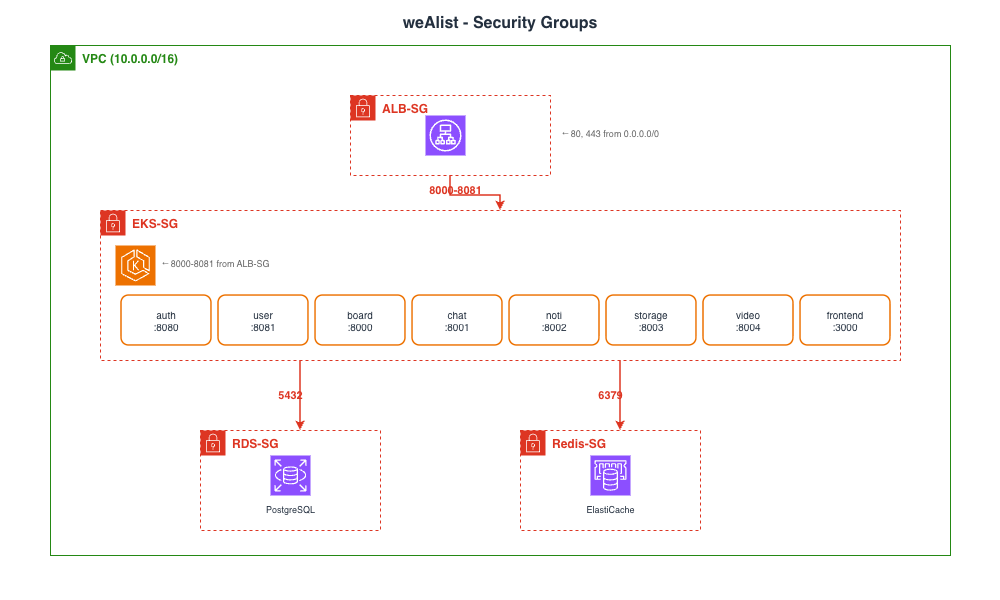
This is docs/images/wealist_vpc_security_aws-Security Groups.png from OrangesCloud/wealist-project-advanced-k8s, a draw.io export, as it was before one commit. Source tidied: cells renumbered, new cells last; positions are measured from the earlier drawing's top-left corner, leaving out a move shared by most shapes. The source it was exported from:
```xml
<mxGraphModel background="#FFFFFF">
  <root>
    <mxCell id="0" />
    <mxCell id="1" parent="0" />
    <mxCell id="2" style="rounded=0;whiteSpace=wrap;html=1;fillColor=default;strokeColor=none;" parent="1" vertex="1">
      <mxGeometry width="1000" height="600" as="geometry" />
    </mxCell>
    <mxCell id="3" value="weAlist - Security Groups" style="text;html=1;strokeColor=none;fillColor=none;align=center;verticalAlign=middle;whiteSpace=wrap;fontSize=16;fontStyle=1;fontColor=#232F3E;" parent="1" vertex="1">
      <mxGeometry x="350" y="8" width="300" height="30" as="geometry" />
    </mxCell>
    <mxCell id="4" value="VPC (10.0.0.0/16)" style="shape=mxgraph.aws4.group;grIcon=mxgraph.aws4.group_vpc;strokeColor=#248814;fillColor=none;verticalAlign=top;align=left;spacingLeft=30;fontStyle=1;fontColor=#248814;dashed=0;" parent="1" vertex="1">
      <mxGeometry x="50" y="45" width="900" height="510" as="geometry" />
    </mxCell>
    <mxCell id="5" value="ALB-SG" style="shape=mxgraph.aws4.group;grIcon=mxgraph.aws4.group_security_group;strokeColor=#DD3522;fillColor=none;verticalAlign=top;align=left;spacingLeft=30;fontStyle=1;fontColor=#DD3522;dashed=1;" parent="1" vertex="1">
      <mxGeometry x="350" y="95" width="200" height="80" as="geometry" />
    </mxCell>
    <mxCell id="6" style="shape=mxgraph.aws4.resourceIcon;resIcon=mxgraph.aws4.application_load_balancer;html=1;strokeColor=#FFFFFF;fillColor=#8C4FFF;" parent="1" vertex="1">
      <mxGeometry x="425" y="115" width="40" height="40" as="geometry" />
    </mxCell>
    <mxCell id="7" value="← 80, 443 from 0.0.0.0/0" style="text;html=1;strokeColor=none;fillColor=none;align=left;verticalAlign=middle;fontSize=9;fontColor=#666666;" parent="1" vertex="1">
      <mxGeometry x="560" y="125" width="140" height="18" as="geometry" />
    </mxCell>
    <mxCell id="8" value="EKS-SG" style="shape=mxgraph.aws4.group;grIcon=mxgraph.aws4.group_security_group;strokeColor=#DD3522;fillColor=none;verticalAlign=top;align=left;spacingLeft=30;fontStyle=1;fontColor=#DD3522;dashed=1;" parent="1" vertex="1">
      <mxGeometry x="100" y="210" width="800" height="150" as="geometry" />
    </mxCell>
    <mxCell id="9" style="shape=mxgraph.aws4.resourceIcon;resIcon=mxgraph.aws4.eks;html=1;fillColor=#ED7100;strokeColor=#FFFFFF;fontColor=#232F3E;sketch=0;" parent="1" vertex="1">
      <mxGeometry x="115" y="245" width="40" height="40" as="geometry" />
    </mxCell>
    <mxCell id="10" value="← 8000-8081 from ALB-SG" style="text;html=1;strokeColor=none;fillColor=none;align=left;verticalAlign=middle;fontSize=9;fontColor=#666666;" parent="1" vertex="1">
      <mxGeometry x="160" y="255" width="140" height="18" as="geometry" />
    </mxCell>
    <mxCell id="11" value="auth&#10;:8080" style="rounded=1;whiteSpace=wrap;html=1;fillColor=#FFFFFF;strokeColor=#ED7100;strokeWidth=1.5;fontSize=10;fontColor=#232F3E;" parent="1" vertex="1">
      <mxGeometry x="121" y="295" width="90" height="50" as="geometry" />
    </mxCell>
    <mxCell id="12" value="user&#10;:8081" style="rounded=1;whiteSpace=wrap;html=1;fillColor=#FFFFFF;strokeColor=#ED7100;strokeWidth=1.5;fontSize=10;fontColor=#232F3E;" parent="1" vertex="1">
      <mxGeometry x="218" y="295" width="90" height="50" as="geometry" />
    </mxCell>
    <mxCell id="13" value="board&#10;:8000" style="rounded=1;whiteSpace=wrap;html=1;fillColor=#FFFFFF;strokeColor=#ED7100;strokeWidth=1.5;fontSize=10;fontColor=#232F3E;" parent="1" vertex="1">
      <mxGeometry x="315" y="295" width="90" height="50" as="geometry" />
    </mxCell>
    <mxCell id="14" value="chat&#10;:8001" style="rounded=1;whiteSpace=wrap;html=1;fillColor=#FFFFFF;strokeColor=#ED7100;strokeWidth=1.5;fontSize=10;fontColor=#232F3E;" parent="1" vertex="1">
      <mxGeometry x="412" y="295" width="90" height="50" as="geometry" />
    </mxCell>
    <mxCell id="15" value="noti&#10;:8002" style="rounded=1;whiteSpace=wrap;html=1;fillColor=#FFFFFF;strokeColor=#ED7100;strokeWidth=1.5;fontSize=10;fontColor=#232F3E;" parent="1" vertex="1">
      <mxGeometry x="509" y="295" width="90" height="50" as="geometry" />
    </mxCell>
    <mxCell id="16" value="storage&#10;:8003" style="rounded=1;whiteSpace=wrap;html=1;fillColor=#FFFFFF;strokeColor=#ED7100;strokeWidth=1.5;fontSize=10;fontColor=#232F3E;" parent="1" vertex="1">
      <mxGeometry x="606" y="295" width="90" height="50" as="geometry" />
    </mxCell>
    <mxCell id="17" value="video&#10;:8004" style="rounded=1;whiteSpace=wrap;html=1;fillColor=#FFFFFF;strokeColor=#ED7100;strokeWidth=1.5;fontSize=10;fontColor=#232F3E;" parent="1" vertex="1">
      <mxGeometry x="703" y="295" width="90" height="50" as="geometry" />
    </mxCell>
    <mxCell id="18" value="frontend&#10;:3000" style="rounded=1;whiteSpace=wrap;html=1;fillColor=#FFFFFF;strokeColor=#ED7100;strokeWidth=1.5;fontSize=10;fontColor=#232F3E;" parent="1" vertex="1">
      <mxGeometry x="800" y="295" width="90" height="50" as="geometry" />
    </mxCell>
    <mxCell id="19" value="RDS-SG" style="shape=mxgraph.aws4.group;grIcon=mxgraph.aws4.group_security_group;strokeColor=#DD3522;fillColor=none;verticalAlign=top;align=left;spacingLeft=30;fontStyle=1;fontColor=#DD3522;dashed=1;" parent="1" vertex="1">
      <mxGeometry x="200" y="430" width="180" height="100" as="geometry" />
    </mxCell>
    <mxCell id="20" style="shape=mxgraph.aws4.resourceIcon;resIcon=mxgraph.aws4.rds;html=1;strokeColor=#FFFFFF;fillColor=#8C4FFF;" parent="1" vertex="1">
      <mxGeometry x="270" y="455" width="40" height="40" as="geometry" />
    </mxCell>
    <mxCell id="21" value="PostgreSQL" style="text;html=1;strokeColor=none;fillColor=none;align=center;verticalAlign=top;fontSize=9;fontColor=#232F3E;" parent="1" vertex="1">
      <mxGeometry x="255" y="498" width="70" height="14" as="geometry" />
    </mxCell>
    <mxCell id="22" value="Redis-SG" style="shape=mxgraph.aws4.group;grIcon=mxgraph.aws4.group_security_group;strokeColor=#DD3522;fillColor=none;verticalAlign=top;align=left;spacingLeft=30;fontStyle=1;fontColor=#DD3522;dashed=1;" parent="1" vertex="1">
      <mxGeometry x="520" y="430" width="180" height="100" as="geometry" />
    </mxCell>
    <mxCell id="23" style="shape=mxgraph.aws4.resourceIcon;resIcon=mxgraph.aws4.elasticache;html=1;strokeColor=#FFFFFF;fillColor=#8C4FFF;" parent="1" vertex="1">
      <mxGeometry x="590" y="455" width="40" height="40" as="geometry" />
    </mxCell>
    <mxCell id="24" value="ElastiCache" style="text;html=1;strokeColor=none;fillColor=none;align=center;verticalAlign=top;fontSize=9;fontColor=#232F3E;" parent="1" vertex="1">
      <mxGeometry x="575" y="498" width="70" height="14" as="geometry" />
    </mxCell>
    <mxCell id="25" value="8000-8081" style="text;html=1;strokeColor=none;fillColor=none;align=center;verticalAlign=middle;fontSize=11;fontStyle=1;fontColor=#DD3522;" parent="1" vertex="1">
      <mxGeometry x="420" y="180" width="70" height="20" as="geometry" />
    </mxCell>
    <mxCell id="26" value="5432" style="text;html=1;strokeColor=none;fillColor=none;align=center;verticalAlign=middle;fontSize=11;fontStyle=1;fontColor=#DD3522;" parent="1" vertex="1">
      <mxGeometry x="270" y="385" width="40" height="20" as="geometry" />
    </mxCell>
    <mxCell id="27" value="6379" style="text;html=1;strokeColor=none;fillColor=none;align=center;verticalAlign=middle;fontSize=11;fontStyle=1;fontColor=#DD3522;" parent="1" vertex="1">
      <mxGeometry x="590" y="385" width="40" height="20" as="geometry" />
    </mxCell>
    <mxCell id="28" style="edgeStyle=orthogonalEdgeStyle;rounded=0;jettySize=auto;html=1;strokeWidth=1.5;strokeColor=#DD3522;endArrow=classic;endSize=5;" parent="1" edge="1" source="5" target="8">
      <mxGeometry relative="1" as="geometry" />
    </mxCell>
    <mxCell id="29" style="edgeStyle=orthogonalEdgeStyle;rounded=0;jettySize=auto;html=1;strokeWidth=1.5;strokeColor=#DD3522;endArrow=classic;endSize=5;" parent="1" edge="1" source="8" target="19">
      <mxGeometry relative="1" as="geometry">
        <Array as="points">
          <mxPoint x="300" y="370" />
          <mxPoint x="300" y="370" />
        </Array>
      </mxGeometry>
    </mxCell>
    <mxCell id="30" style="edgeStyle=orthogonalEdgeStyle;rounded=0;jettySize=auto;html=1;strokeWidth=1.5;strokeColor=#DD3522;endArrow=classic;endSize=5;" parent="1" edge="1" source="8" target="22">
      <mxGeometry relative="1" as="geometry">
        <Array as="points">
          <mxPoint x="620" y="370" />
          <mxPoint x="620" y="370" />
        </Array>
      </mxGeometry>
    </mxCell>
  </root>
</mxGraphModel>
```
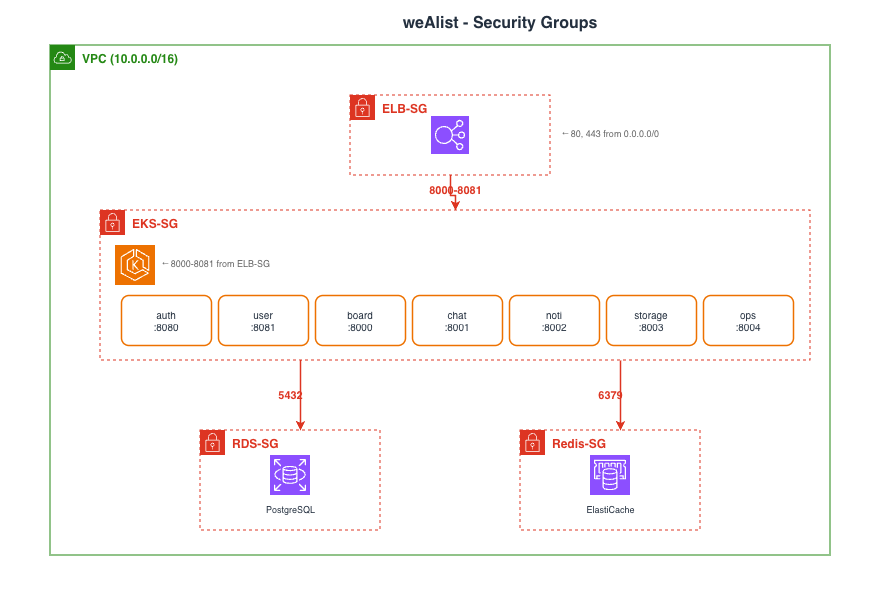
Above is the later version.

Change to the diagram source:
```diff
@@ -3,30 +3,27 @@
     <mxCell id="0" />
     <mxCell id="1" parent="0" />
     <mxCell id="2" style="rounded=0;whiteSpace=wrap;html=1;fillColor=default;strokeColor=none;" parent="1" vertex="1">
-      <mxGeometry width="1000" height="600" as="geometry" />
+      <mxGeometry width="890" height="600" as="geometry" />
     </mxCell>
     <mxCell id="3" value="weAlist - Security Groups" style="text;html=1;strokeColor=none;fillColor=none;align=center;verticalAlign=middle;whiteSpace=wrap;fontSize=16;fontStyle=1;fontColor=#232F3E;" parent="1" vertex="1">
       <mxGeometry x="350" y="8" width="300" height="30" as="geometry" />
     </mxCell>
     <mxCell id="4" value="VPC (10.0.0.0/16)" style="shape=mxgraph.aws4.group;grIcon=mxgraph.aws4.group_vpc;strokeColor=#248814;fillColor=none;verticalAlign=top;align=left;spacingLeft=30;fontStyle=1;fontColor=#248814;dashed=0;" parent="1" vertex="1">
-      <mxGeometry x="50" y="45" width="900" height="510" as="geometry" />
+      <mxGeometry x="50" y="45" width="780" height="510" as="geometry" />
     </mxCell>
-    <mxCell id="5" value="ALB-SG" style="shape=mxgraph.aws4.group;grIcon=mxgraph.aws4.group_security_group;strokeColor=#DD3522;fillColor=none;verticalAlign=top;align=left;spacingLeft=30;fontStyle=1;fontColor=#DD3522;dashed=1;" parent="1" vertex="1">
+    <mxCell id="5" value="ELB-SG" style="shape=mxgraph.aws4.group;grIcon=mxgraph.aws4.group_security_group;strokeColor=#DD3522;fillColor=none;verticalAlign=top;align=left;spacingLeft=30;fontStyle=1;fontColor=#DD3522;dashed=1;" parent="1" vertex="1">
       <mxGeometry x="350" y="95" width="200" height="80" as="geometry" />
     </mxCell>
-    <mxCell id="6" style="shape=mxgraph.aws4.resourceIcon;resIcon=mxgraph.aws4.application_load_balancer;html=1;strokeColor=#FFFFFF;fillColor=#8C4FFF;" parent="1" vertex="1">
-      <mxGeometry x="425" y="115" width="40" height="40" as="geometry" />
-    </mxCell>
     <mxCell id="7" value="← 80, 443 from 0.0.0.0/0" style="text;html=1;strokeColor=none;fillColor=none;align=left;verticalAlign=middle;fontSize=9;fontColor=#666666;" parent="1" vertex="1">
       <mxGeometry x="560" y="125" width="140" height="18" as="geometry" />
     </mxCell>
     <mxCell id="8" value="EKS-SG" style="shape=mxgraph.aws4.group;grIcon=mxgraph.aws4.group_security_group;strokeColor=#DD3522;fillColor=none;verticalAlign=top;align=left;spacingLeft=30;fontStyle=1;fontColor=#DD3522;dashed=1;" parent="1" vertex="1">
-      <mxGeometry x="100" y="210" width="800" height="150" as="geometry" />
+      <mxGeometry x="100" y="210" width="710" height="150" as="geometry" />
     </mxCell>
     <mxCell id="9" style="shape=mxgraph.aws4.resourceIcon;resIcon=mxgraph.aws4.eks;html=1;fillColor=#ED7100;strokeColor=#FFFFFF;fontColor=#232F3E;sketch=0;" parent="1" vertex="1">
       <mxGeometry x="115" y="245" width="40" height="40" as="geometry" />
     </mxCell>
-    <mxCell id="10" value="← 8000-8081 from ALB-SG" style="text;html=1;strokeColor=none;fillColor=none;align=left;verticalAlign=middle;fontSize=9;fontColor=#666666;" parent="1" vertex="1">
+    <mxCell id="10" value="← 8000-8081 from ELB-SG" style="text;html=1;strokeColor=none;fillColor=none;align=left;verticalAlign=middle;fontSize=9;fontColor=#666666;" parent="1" vertex="1">
       <mxGeometry x="160" y="255" width="140" height="18" as="geometry" />
     </mxCell>
     <mxCell id="11" value="auth&#10;:8080" style="rounded=1;whiteSpace=wrap;html=1;fillColor=#FFFFFF;strokeColor=#ED7100;strokeWidth=1.5;fontSize=10;fontColor=#232F3E;" parent="1" vertex="1">
@@ -47,12 +44,9 @@
     <mxCell id="16" value="storage&#10;:8003" style="rounded=1;whiteSpace=wrap;html=1;fillColor=#FFFFFF;strokeColor=#ED7100;strokeWidth=1.5;fontSize=10;fontColor=#232F3E;" parent="1" vertex="1">
       <mxGeometry x="606" y="295" width="90" height="50" as="geometry" />
     </mxCell>
-    <mxCell id="17" value="video&#10;:8004" style="rounded=1;whiteSpace=wrap;html=1;fillColor=#FFFFFF;strokeColor=#ED7100;strokeWidth=1.5;fontSize=10;fontColor=#232F3E;" parent="1" vertex="1">
+    <mxCell id="17" value="ops&lt;br&gt;:8004" style="rounded=1;whiteSpace=wrap;html=1;fillColor=#FFFFFF;strokeColor=#ED7100;strokeWidth=1.5;fontSize=10;fontColor=#232F3E;" parent="1" vertex="1">
       <mxGeometry x="703" y="295" width="90" height="50" as="geometry" />
     </mxCell>
-    <mxCell id="18" value="frontend&#10;:3000" style="rounded=1;whiteSpace=wrap;html=1;fillColor=#FFFFFF;strokeColor=#ED7100;strokeWidth=1.5;fontSize=10;fontColor=#232F3E;" parent="1" vertex="1">
-      <mxGeometry x="800" y="295" width="90" height="50" as="geometry" />
-    </mxCell>
     <mxCell id="19" value="RDS-SG" style="shape=mxgraph.aws4.group;grIcon=mxgraph.aws4.group_security_group;strokeColor=#DD3522;fillColor=none;verticalAlign=top;align=left;spacingLeft=30;fontStyle=1;fontColor=#DD3522;dashed=1;" parent="1" vertex="1">
       <mxGeometry x="200" y="430" width="180" height="100" as="geometry" />
     </mxCell>
@@ -99,5 +93,8 @@
         </Array>
       </mxGeometry>
     </mxCell>
+    <mxCell id="31" style="sketch=0;fontColor=#232F3E;fillColor=#8C4FFF;strokeColor=#ffffff;dashed=0;verticalLabelPosition=bottom;verticalAlign=top;align=center;html=1;fontSize=12;fontStyle=0;shape=mxgraph.aws4.resourceIcon;resIcon=mxgraph.aws4.elastic_load_balancing;" parent="1" vertex="1">
+      <mxGeometry x="431" y="116" width="38" height="38" as="geometry" />
+    </mxCell>
   </root>
 </mxGraphModel>
```
